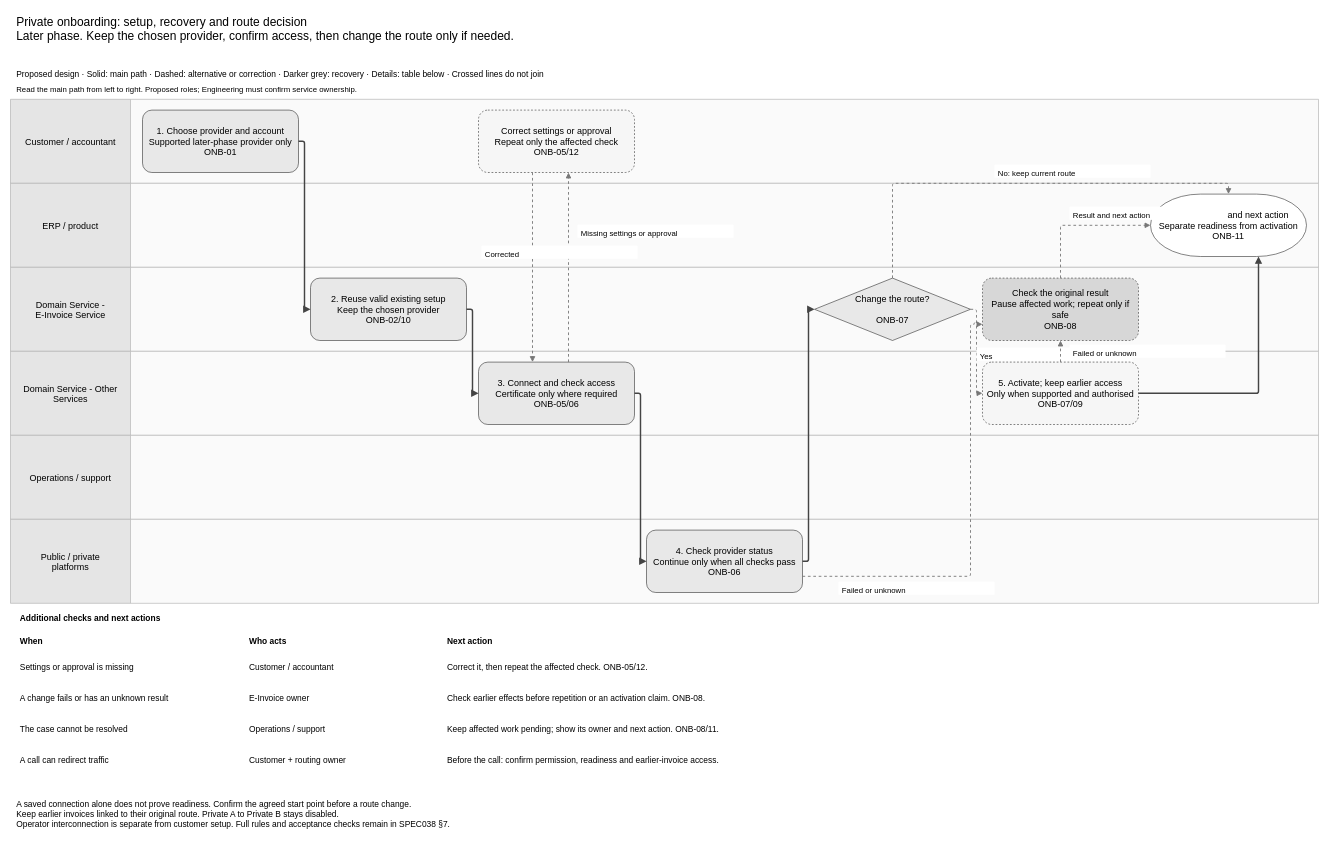
jiaxinhe0709/pm_second_brain keeps this draw.io diagram as assets/diagrams/onboarding-private-setup-swimlane.drawio. Above is the earlier version. Source tidied: cells renumbered, new cells numbered last; positions are measured from the earlier drawing's top-left corner, leaving out a move shared by most shapes. Both pictures are drawn from the tidied source at 60%, with x=0, y=0 at pixel (10, 10).
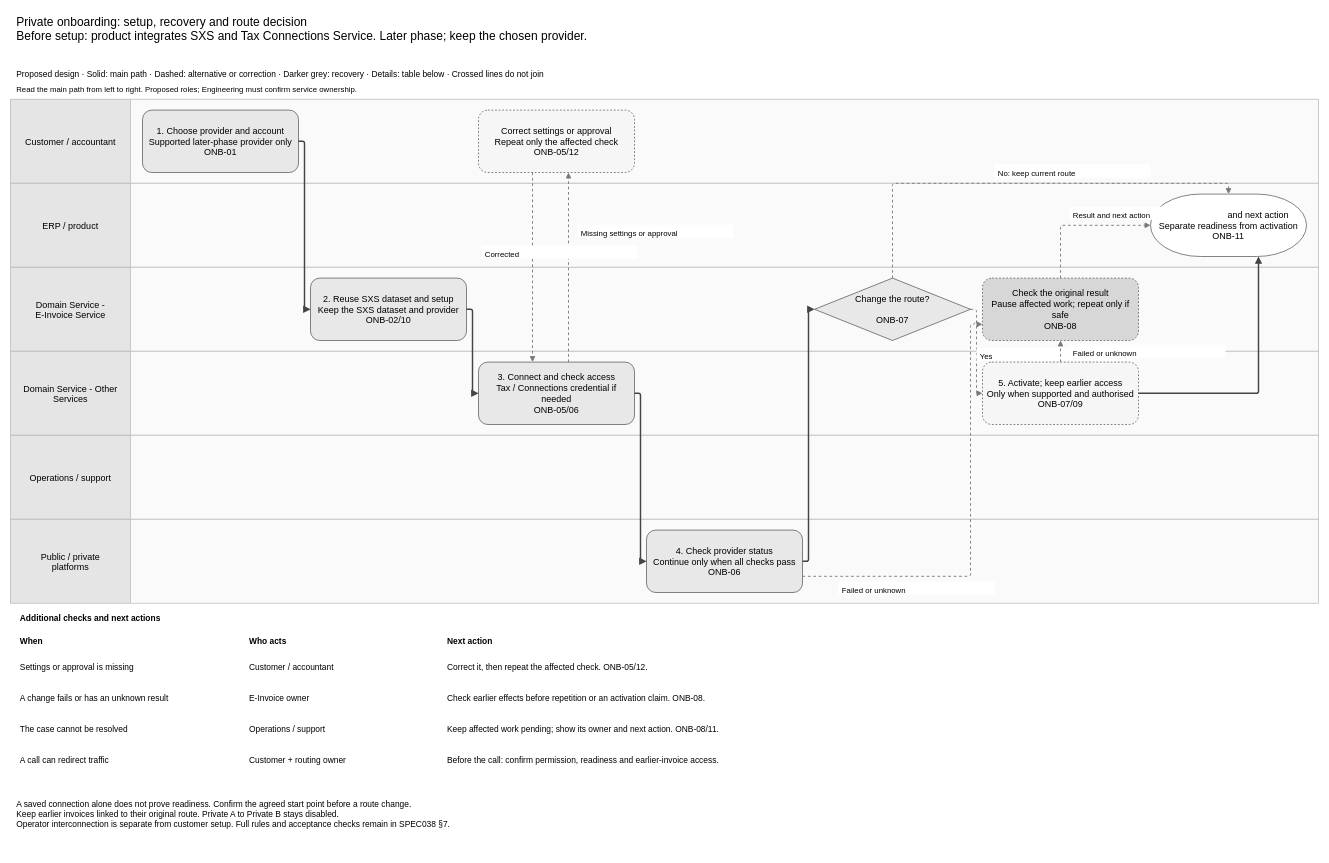
Above is the later version.

What changed in the source:
```diff
@@
-    <mxCell id="2" value="Private onboarding: setup, recovery and route decision&#10;Later phase. Keep the chosen provider, confirm access, then change the route only if needed." style="text;whiteSpace=wrap;html=0;align=left;fontSize=20;" parent="1" vertex="1">
+    <mxCell id="2" value="Private onboarding: setup, recovery and route decision&#10;Before setup: product integrates SXS and Tax Connections Service. Later phase; keep the chosen provider." style="text;whiteSpace=wrap;html=0;align=left;fontSize=20;" parent="1" vertex="1">
       <mxGeometry x="8" width="2164" height="95" as="geometry" />
     </mxCell>
@@
-    <mxCell id="18" value="2. Reuse valid existing setup&#10;Keep the chosen provider&#10;ONB-02/10" style="rounded=1;whiteSpace=wrap;html=0;fontSize=15;fillColor=#e8e8e8;strokeColor=#333333;spacing=8;" parent="1" vertex="1">
+    <mxCell id="18" value="2. Reuse SXS dataset and setup&#10;Keep the SXS dataset and provider&#10;ONB-02/10" style="rounded=1;whiteSpace=wrap;html=0;fontSize=15;fillColor=#e8e8e8;strokeColor=#333333;spacing=8;" parent="1" vertex="1">
       <mxGeometry x="500" y="446" width="260" height="104" as="geometry" />
     </mxCell>
-    <mxCell id="19" value="3. Connect and check access&#10;Certificate only where required&#10;ONB-05/06" style="rounded=1;whiteSpace=wrap;html=0;fontSize=15;fillColor=#e8e8e8;strokeColor=#333333;spacing=8;" parent="1" vertex="1">
+    <mxCell id="19" value="3. Connect and check access&#10;Tax / Connections credential if needed&#10;ONB-05/06" style="rounded=1;whiteSpace=wrap;html=0;fontSize=15;fillColor=#e8e8e8;strokeColor=#333333;spacing=8;" parent="1" vertex="1">
       <mxGeometry x="780" y="586" width="260" height="104" as="geometry" />
     </mxCell>
```
